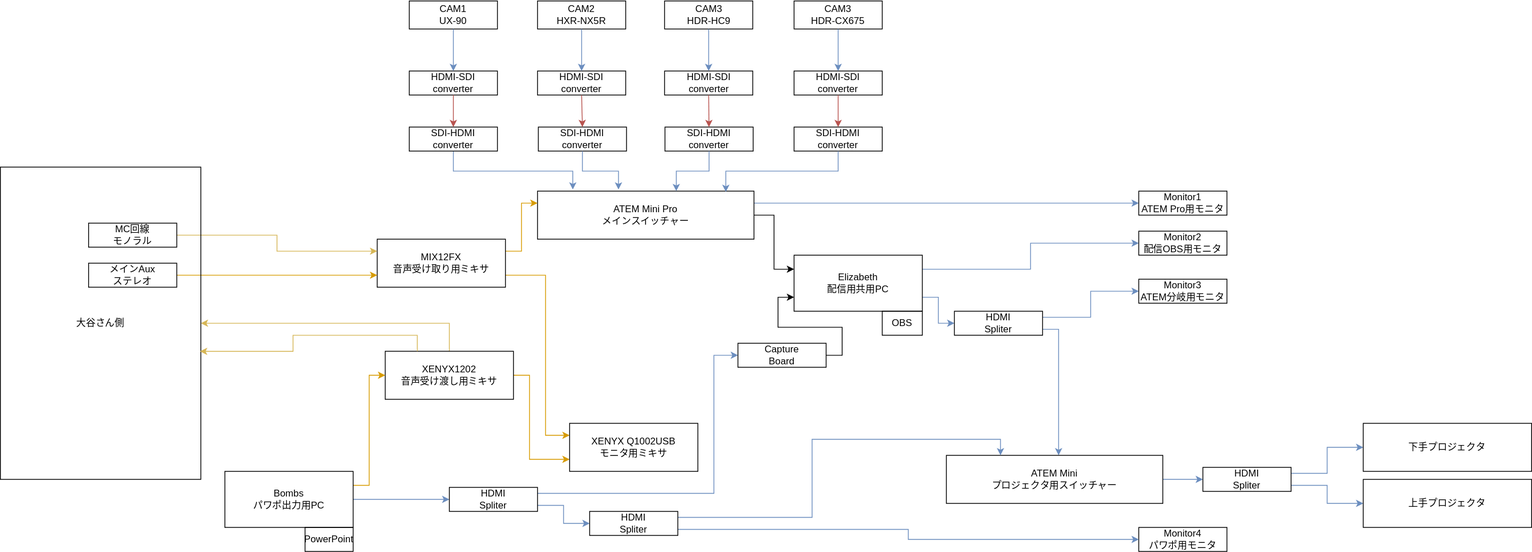
Before: drawio-svg/jsys23-eizou-wiring.drawio.svg, a diagram exported from draw.io (dolceWFC/sohosai-eizou-live-wiring). Source tidied: cells renumbered, new cells last; positions are measured from the earlier drawing's top-left corner, leaving out a move shared by most shapes.
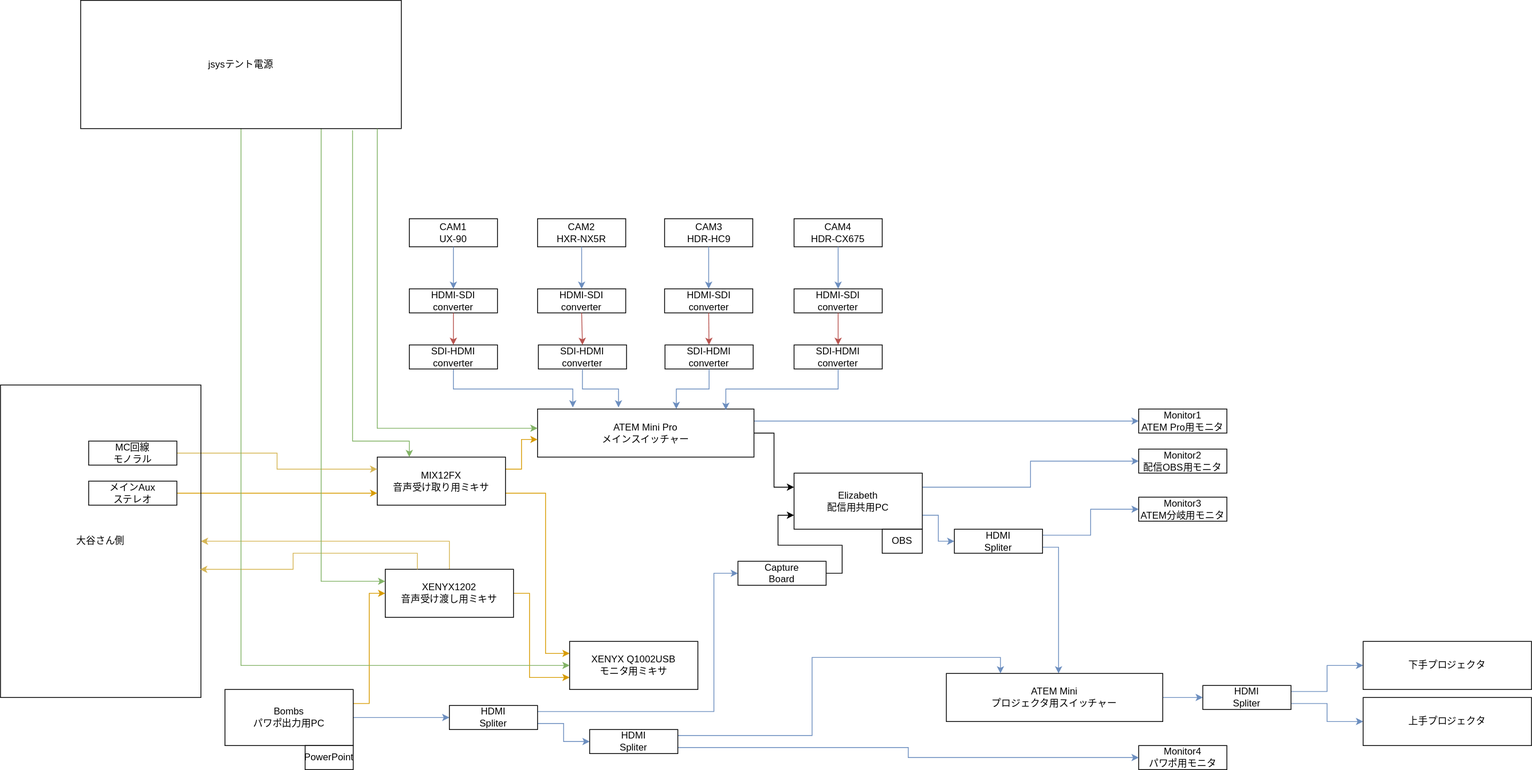
After the change.

Commit message:
jsys23-eizou-wiring.drawio.svg を更新します

What changed in the source:
```diff
@@ -11,7 +11,7 @@
     <mxCell id="4" value="CAM1&lt;br&gt;UX-90" style="text;html=1;strokeColor=default;fillColor=none;align=center;verticalAlign=middle;whiteSpace=wrap;rounded=0;" parent="1" vertex="1">
       <mxGeometry x="510" y="0.5" width="110" height="35" as="geometry" />
     </mxCell>
-    <mxCell id="5" value="CAM3&lt;br&gt;HDR-CX675" style="text;html=1;strokeColor=default;fillColor=none;align=center;verticalAlign=middle;whiteSpace=wrap;rounded=0;" parent="1" vertex="1">
+    <mxCell id="5" value="CAM4&lt;br&gt;HDR-CX675" style="text;html=1;strokeColor=default;fillColor=none;align=center;verticalAlign=middle;whiteSpace=wrap;rounded=0;" parent="1" vertex="1">
       <mxGeometry x="990" y="0.5" width="110" height="35" as="geometry" />
     </mxCell>
     <mxCell id="6" value="HDMI-SDI&lt;br&gt;converter" style="text;html=1;strokeColor=default;fillColor=none;align=center;verticalAlign=middle;whiteSpace=wrap;rounded=0;" parent="1" vertex="1">
@@ -98,7 +98,7 @@
     <mxCell id="33" value="OBS" style="text;html=1;strokeColor=default;fillColor=none;align=center;verticalAlign=middle;whiteSpace=wrap;rounded=0;" parent="1" vertex="1">
       <mxGeometry x="1100" y="388" width="50" height="30" as="geometry" />
     </mxCell>
-    <mxCell id="34" style="edgeStyle=orthogonalEdgeStyle;rounded=0;jettySize=auto;html=1;exitX=1;exitY=0.25;exitDx=0;exitDy=0;entryX=0;entryY=0.25;entryDx=0;entryDy=0;fillColor=#ffe6cc;strokeColor=#d79b00;" parent="1" edge="1" source="36" target="25">
+    <mxCell id="34" style="edgeStyle=orthogonalEdgeStyle;rounded=0;jettySize=auto;html=1;exitX=1;exitY=0.25;exitDx=0;exitDy=0;entryX=0;entryY=0.633;entryDx=0;entryDy=0;fillColor=#ffe6cc;strokeColor=#d79b00;entryPerimeter=0;" parent="1" edge="1" source="36" target="25">
       <mxGeometry relative="1" as="geometry" />
     </mxCell>
     <mxCell id="35" style="edgeStyle=orthogonalEdgeStyle;rounded=0;jettySize=auto;html=1;exitX=1;exitY=0.75;exitDx=0;exitDy=0;entryX=0;entryY=0.25;entryDx=0;entryDy=0;fillColor=#ffe6cc;strokeColor=#d79b00;" parent="1" edge="1" source="36" target="50">
@@ -231,5 +231,31 @@
     <mxCell id="71" value="Capture&lt;br&gt;Board" style="text;html=1;strokeColor=default;fillColor=none;align=center;verticalAlign=middle;whiteSpace=wrap;rounded=0;" parent="1" vertex="1">
       <mxGeometry x="920" y="428" width="110" height="30" as="geometry" />
     </mxCell>
+    <mxCell id="72" style="edgeStyle=orthogonalEdgeStyle;rounded=0;jettySize=auto;html=1;exitX=0.848;exitY=1.013;exitDx=0;exitDy=0;entryX=0.25;entryY=0;entryDx=0;entryDy=0;fillColor=#d5e8d4;strokeColor=#82b366;exitPerimeter=0;" parent="1" edge="1" source="75" target="36">
+      <mxGeometry relative="1" as="geometry">
+        <Array as="points">
+          <mxPoint x="439" y="278" />
+          <mxPoint x="510" y="278" />
+        </Array>
+      </mxGeometry>
+    </mxCell>
+    <mxCell id="73" style="edgeStyle=orthogonalEdgeStyle;rounded=0;jettySize=auto;html=1;exitX=0.75;exitY=1;exitDx=0;exitDy=0;entryX=0;entryY=0.25;entryDx=0;entryDy=0;fillColor=#d5e8d4;strokeColor=#82b366;" parent="1" edge="1" source="75" target="43">
+      <mxGeometry relative="1" as="geometry" />
+    </mxCell>
+    <mxCell id="74" style="edgeStyle=orthogonalEdgeStyle;rounded=0;jettySize=auto;html=1;exitX=0.5;exitY=1;exitDx=0;exitDy=0;entryX=0;entryY=0.5;entryDx=0;entryDy=0;fillColor=#d5e8d4;strokeColor=#82b366;" parent="1" edge="1" source="75" target="50">
+      <mxGeometry relative="1" as="geometry" />
+    </mxCell>
+    <mxCell id="75" value="jsysテント電源" style="text;html=1;strokeColor=default;fillColor=none;align=center;verticalAlign=middle;whiteSpace=wrap;rounded=0;" parent="1" vertex="1">
+      <mxGeometry x="100" y="-272" width="400" height="160" as="geometry" />
+    </mxCell>
+    <mxCell id="76" style="edgeStyle=orthogonalEdgeStyle;rounded=0;jettySize=auto;html=1;entryX=0;entryY=0.4;entryDx=0;entryDy=0;entryPerimeter=0;fillColor=#d5e8d4;strokeColor=#82b366;" parent="1" edge="1" target="25">
+      <mxGeometry relative="1" as="geometry">
+        <mxPoint x="470" y="-112" as="sourcePoint" />
+        <Array as="points">
+          <mxPoint x="470" y="-112" />
+          <mxPoint x="470" y="262" />
+        </Array>
+      </mxGeometry>
+    </mxCell>
   </root>
 </mxGraphModel>
```
